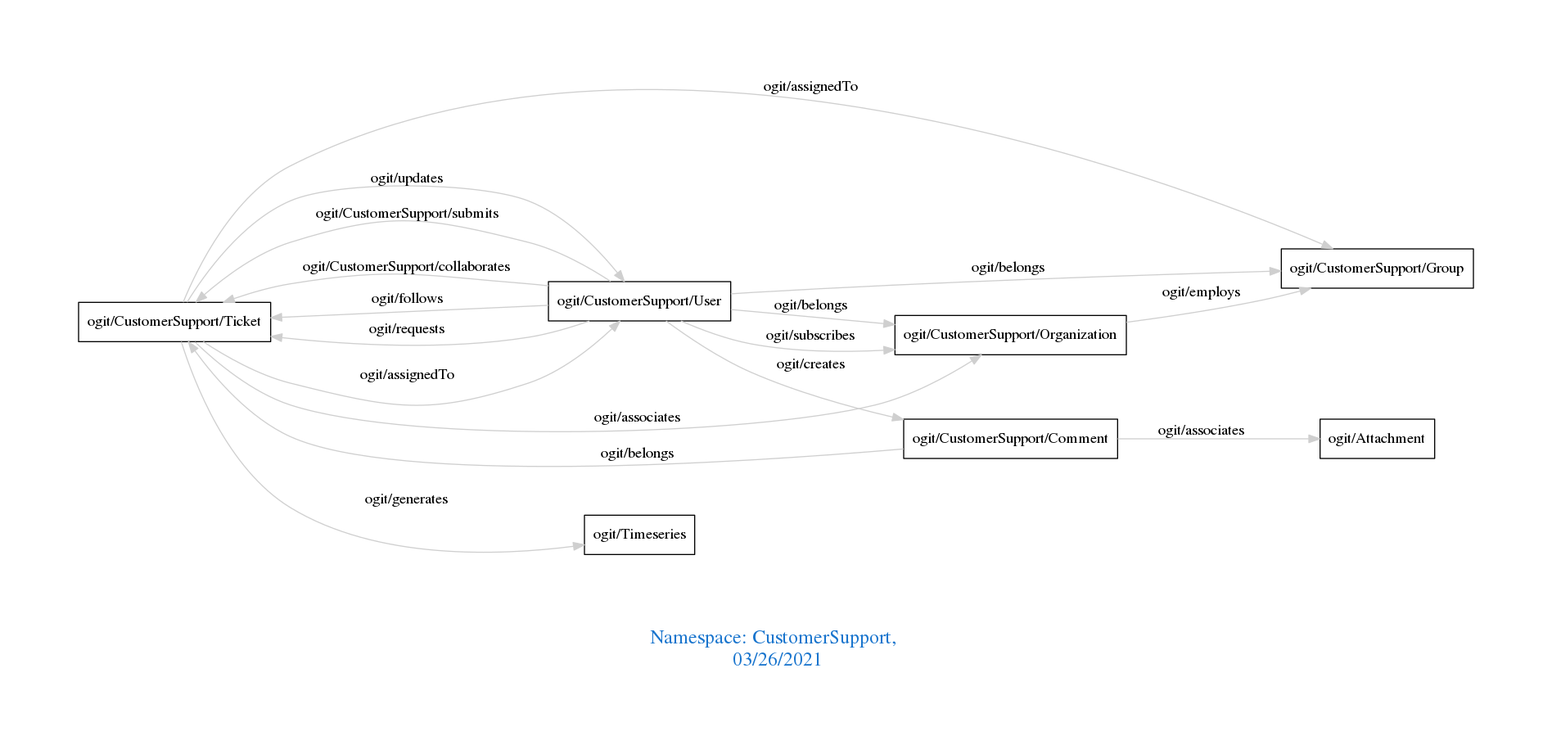
Above: downloads/CustomerSupport.png in arago/OGIT (Graphviz), before the change. Its source is kept beside it as downloads/CustomerSupport.dot.
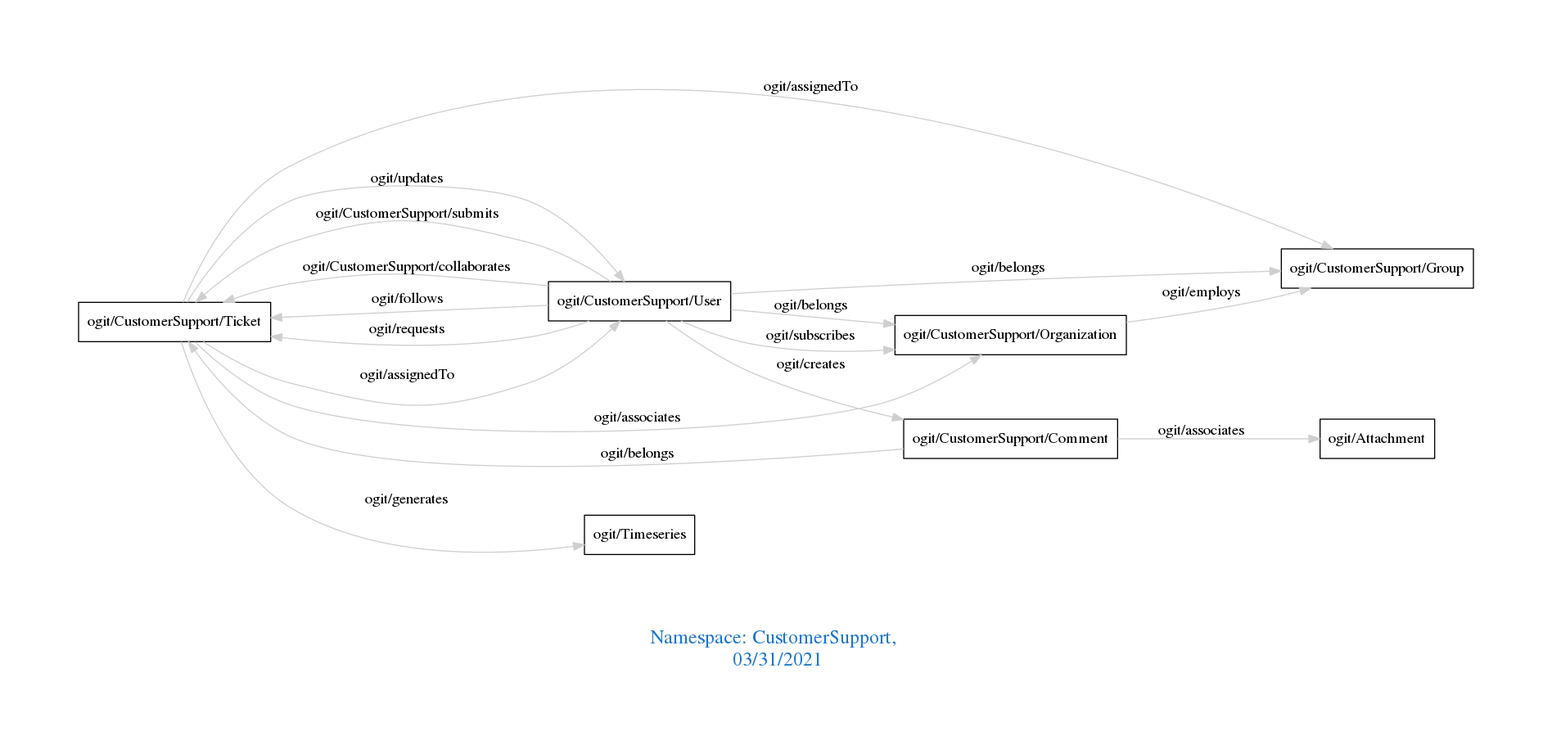
Above is the later version.

The edit, as a diff of the source:
```diff
@@ -1,7 +1,7 @@
 digraph OGIT_ontology {
  graph [ rankdir= LR,pad=1
 fontsize = 18,
-fontcolor= dodgerblue3,label = "\n\n\nNamespace: CustomerSupport, \n 03/26/2021"];
+fontcolor= dodgerblue3,label = "\n\n\nNamespace: CustomerSupport, \n 03/31/2021"];
 node[shape=polygon];
 edge [  color="gray81"];
 
```
